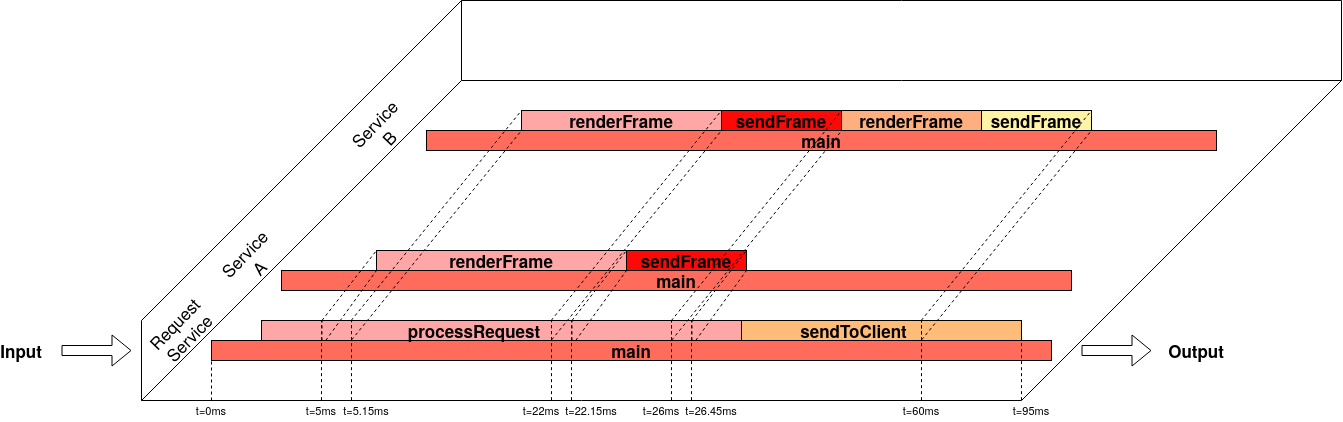
Before: img/Design/3D-Flammengraph-Konzept.png, a diagram exported from draw.io (Soockee/bachelor-thesis). Source tidied: cells renumbered, new cells last; positions are measured from the earlier drawing's top-left corner, leaving out a move shared by most shapes.
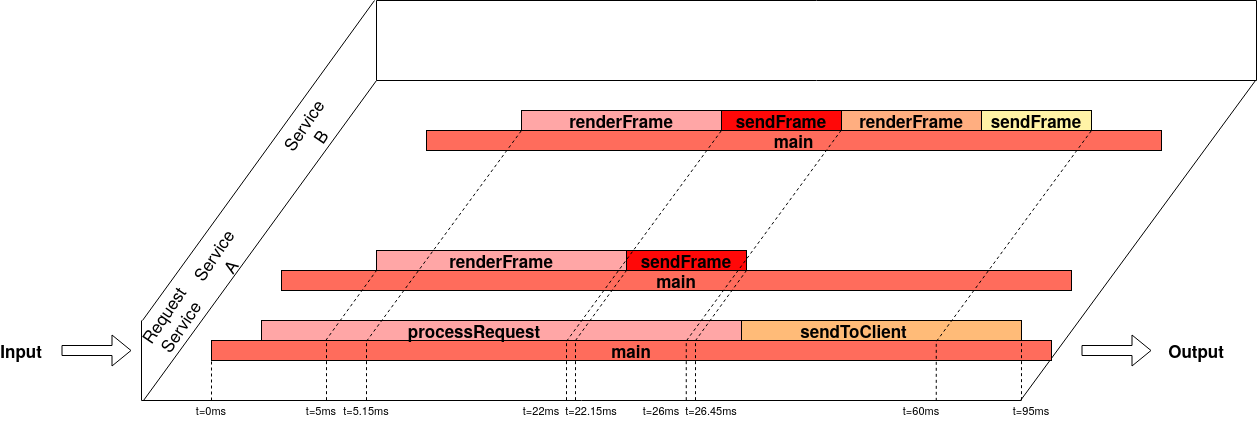
Above is the later version.

Diff of the diagram source:
```diff
@@ -7,8 +7,8 @@
     </mxCell>
     <mxCell id="3" style="endArrow=none;html=1;" parent="1" edge="1">
       <mxGeometry relative="1" as="geometry">
-        <mxPoint x="140" y="400" as="sourcePoint" />
-        <mxPoint x="460" y="80" as="targetPoint" />
+        <mxPoint x="142" y="400" as="sourcePoint" />
+        <mxPoint x="375" y="80" as="targetPoint" />
       </mxGeometry>
     </mxCell>
     <mxCell id="4" style="endArrow=none;html=1;" parent="1" edge="1">
@@ -25,54 +25,48 @@
     </mxCell>
     <mxCell id="6" style="endArrow=none;html=1;" parent="1" edge="1">
       <mxGeometry relative="1" as="geometry">
-        <mxPoint x="1340" y="80" as="sourcePoint" />
-        <mxPoint x="460" y="80" as="targetPoint" />
+        <mxPoint x="1255" y="80" as="sourcePoint" />
+        <mxPoint x="375" y="80" as="targetPoint" />
       </mxGeometry>
     </mxCell>
     <mxCell id="7" style="endArrow=none;html=1;" parent="1" edge="1">
       <mxGeometry relative="1" as="geometry">
-        <mxPoint x="1020" y="400" as="sourcePoint" />
-        <mxPoint x="1340" y="80" as="targetPoint" />
+        <mxPoint x="1019" y="400" as="sourcePoint" />
+        <mxPoint x="1254" y="80" as="targetPoint" />
       </mxGeometry>
     </mxCell>
     <mxCell id="8" style="endArrow=none;html=1;" parent="1" edge="1">
       <mxGeometry relative="1" as="geometry">
-        <mxPoint x="460" y="80" as="sourcePoint" />
-        <mxPoint x="460" as="targetPoint" />
+        <mxPoint x="375" y="80" as="sourcePoint" />
+        <mxPoint x="375" as="targetPoint" />
       </mxGeometry>
     </mxCell>
-    <mxCell id="9" style="endArrow=none;html=1;" parent="1" edge="1">
-      <mxGeometry relative="1" as="geometry">
-        <mxPoint x="140" y="320" as="sourcePoint" />
-        <mxPoint x="460" as="targetPoint" />
-      </mxGeometry>
-    </mxCell>
     <mxCell id="10" style="endArrow=none;html=1;" parent="1" edge="1">
       <mxGeometry relative="1" as="geometry">
-        <mxPoint x="1340" as="sourcePoint" />
-        <mxPoint x="460" as="targetPoint" />
+        <mxPoint x="1255" as="sourcePoint" />
+        <mxPoint x="375" as="targetPoint" />
       </mxGeometry>
     </mxCell>
     <mxCell id="11" style="endArrow=none;html=1;" parent="1" edge="1">
       <mxGeometry relative="1" as="geometry">
-        <mxPoint x="1340" y="80" as="sourcePoint" />
-        <mxPoint x="1340" as="targetPoint" />
+        <mxPoint x="1255" y="80" as="sourcePoint" />
+        <mxPoint x="1255" as="targetPoint" />
       </mxGeometry>
     </mxCell>
-    <mxCell id="12" value="Service A" style="text;html=1;strokeColor=none;fillColor=none;align=center;verticalAlign=middle;whiteSpace=wrap;rounded=0;rotation=314;fontSize=17;" parent="1" vertex="1">
-      <mxGeometry x="230" y="250" width="40" height="20" as="geometry" />
+    <mxCell id="12" value="Service A" style="text;html=1;strokeColor=none;fillColor=none;align=center;verticalAlign=middle;whiteSpace=wrap;rounded=0;rotation=304;fontSize=17;" parent="1" vertex="1">
+      <mxGeometry x="200" y="250" width="40" height="20" as="geometry" />
     </mxCell>
-    <mxCell id="13" value="Service B" style="text;html=1;strokeColor=none;fillColor=none;align=center;verticalAlign=middle;whiteSpace=wrap;rounded=0;rotation=314;fontSize=17;" parent="1" vertex="1">
-      <mxGeometry x="360" y="120" width="40" height="20" as="geometry" />
+    <mxCell id="13" value="Service B" style="text;html=1;strokeColor=none;fillColor=none;align=center;verticalAlign=middle;whiteSpace=wrap;rounded=0;rotation=304;fontSize=17;" parent="1" vertex="1">
+      <mxGeometry x="290" y="120" width="40" height="20" as="geometry" />
     </mxCell>
-    <mxCell id="14" value="&lt;b&gt;main&lt;/b&gt;" style="rounded=0;whiteSpace=wrap;html=1;fontSize=17;fillColor=#FF6C5C;" parent="1" vertex="1">
+    <mxCell id="14" value="&lt;b&gt;main&lt;/b&gt;" style="rounded=0;whiteSpace=wrap;html=1;fontSize=17;fillColor=#FF6C5C;fontStyle=4;" parent="1" vertex="1">
       <mxGeometry x="280" y="270" width="790" height="20" as="geometry" />
     </mxCell>
     <mxCell id="15" value="&lt;b&gt;sendFrame&lt;/b&gt;" style="rounded=0;whiteSpace=wrap;html=1;fillColor=#FF0808;fontSize=17;" parent="1" vertex="1">
       <mxGeometry x="625" y="250" width="120" height="20" as="geometry" />
     </mxCell>
-    <mxCell id="16" value="&lt;div&gt;Request&lt;/div&gt;&lt;div&gt;Service&lt;br&gt;&lt;/div&gt;" style="text;html=1;strokeColor=none;fillColor=none;align=center;verticalAlign=middle;whiteSpace=wrap;rounded=0;rotation=314;fontSize=17;" parent="1" vertex="1">
-      <mxGeometry x="160" y="320" width="40" height="20" as="geometry" />
+    <mxCell id="16" value="&lt;div&gt;Request&lt;/div&gt;&lt;div&gt;Service&lt;br&gt;&lt;/div&gt;" style="text;html=1;strokeColor=none;fillColor=none;align=center;verticalAlign=middle;whiteSpace=wrap;rounded=0;rotation=304;fontSize=17;" parent="1" vertex="1">
+      <mxGeometry x="150" y="310" width="40" height="20" as="geometry" />
     </mxCell>
     <mxCell id="17" value="&lt;b&gt;main&lt;/b&gt;" style="rounded=0;whiteSpace=wrap;html=1;fontSize=17;fillColor=#FF6C5C;" parent="1" vertex="1">
       <mxGeometry x="210" y="340" width="840" height="20" as="geometry" />
@@ -80,53 +74,11 @@
     <mxCell id="18" value="&lt;b&gt;processRequest&lt;/b&gt;" style="rounded=0;whiteSpace=wrap;html=1;fillColor=#FFA6A6;fontSize=17;spacingRight=54;" parent="1" vertex="1">
       <mxGeometry x="260" y="320" width="480" height="20" as="geometry" />
     </mxCell>
-    <mxCell id="19" style="endArrow=none;dashed=1;html=1;fontSize=17;exitX=0.126;exitY=0;exitDx=0;exitDy=0;exitPerimeter=0;entryX=0;entryY=0;entryDx=0;entryDy=0;" parent="1" edge="1" source="18" target="2">
-      <mxGeometry relative="1" as="geometry" />
-    </mxCell>
     <mxCell id="20" style="endArrow=none;dashed=1;html=1;fontSize=17;exitX=0.134;exitY=0.993;exitDx=0;exitDy=0;exitPerimeter=0;entryX=0;entryY=1;entryDx=0;entryDy=0;" parent="1" edge="1" source="18" target="2">
       <mxGeometry relative="1" as="geometry" />
     </mxCell>
-    <mxCell id="21" style="endArrow=none;dashed=1;html=1;fontSize=17;exitX=0.126;exitY=1;exitDx=0;exitDy=0;exitPerimeter=0;entryX=0.126;entryY=0.017;entryDx=0;entryDy=0;entryPerimeter=0;" parent="1" edge="1" source="18" target="18">
-      <mxGeometry relative="1" as="geometry" />
-    </mxCell>
-    <mxCell id="22" style="endArrow=none;dashed=1;html=1;fontSize=17;exitX=0.126;exitY=0;exitDx=0;exitDy=0;exitPerimeter=0;entryX=0;entryY=0;entryDx=0;entryDy=0;" parent="1" edge="1">
-      <mxGeometry relative="1" as="geometry">
-        <mxPoint x="570.5" y="320" as="sourcePoint" />
-        <mxPoint x="625" y="250" as="targetPoint" />
-      </mxGeometry>
-    </mxCell>
-    <mxCell id="23" style="endArrow=none;dashed=1;html=1;fontSize=17;exitX=0.134;exitY=0.993;exitDx=0;exitDy=0;exitPerimeter=0;entryX=0;entryY=1;entryDx=0;entryDy=0;" parent="1" edge="1">
-      <mxGeometry relative="1" as="geometry">
-        <mxPoint x="574.3" y="339.9" as="sourcePoint" />
-        <mxPoint x="625" y="270" as="targetPoint" />
-      </mxGeometry>
-    </mxCell>
-    <mxCell id="24" style="endArrow=none;dashed=1;html=1;fontSize=17;exitX=0.126;exitY=1;exitDx=0;exitDy=0;exitPerimeter=0;entryX=0.126;entryY=0.017;entryDx=0;entryDy=0;entryPerimeter=0;" parent="1" edge="1">
-      <mxGeometry relative="1" as="geometry">
-        <mxPoint x="570.5" y="340" as="sourcePoint" />
-        <mxPoint x="570.5" y="320.3" as="targetPoint" />
-      </mxGeometry>
-    </mxCell>
-    <mxCell id="25" style="endArrow=none;dashed=1;html=1;fontSize=17;exitX=0.126;exitY=0;exitDx=0;exitDy=0;exitPerimeter=0;entryX=0;entryY=0;entryDx=0;entryDy=0;" parent="1" edge="1">
-      <mxGeometry relative="1" as="geometry">
-        <mxPoint x="690.5" y="320" as="sourcePoint" />
-        <mxPoint x="745" y="250" as="targetPoint" />
-      </mxGeometry>
-    </mxCell>
-    <mxCell id="26" style="endArrow=none;dashed=1;html=1;fontSize=17;exitX=0.134;exitY=0.993;exitDx=0;exitDy=0;exitPerimeter=0;entryX=0;entryY=1;entryDx=0;entryDy=0;" parent="1" edge="1">
-      <mxGeometry relative="1" as="geometry">
-        <mxPoint x="694.3" y="339.9" as="sourcePoint" />
-        <mxPoint x="745" y="270" as="targetPoint" />
-      </mxGeometry>
-    </mxCell>
-    <mxCell id="27" style="endArrow=none;dashed=1;html=1;fontSize=17;exitX=0.126;exitY=1;exitDx=0;exitDy=0;exitPerimeter=0;entryX=0.126;entryY=0.017;entryDx=0;entryDy=0;entryPerimeter=0;" parent="1" edge="1">
-      <mxGeometry relative="1" as="geometry">
-        <mxPoint x="690.5" y="340" as="sourcePoint" />
-        <mxPoint x="690.5" y="320.3" as="targetPoint" />
-      </mxGeometry>
-    </mxCell>
     <mxCell id="28" value="&lt;b&gt;main&lt;/b&gt;" style="rounded=0;whiteSpace=wrap;html=1;fontSize=17;fillColor=#FF6C5C;" parent="1" vertex="1">
-      <mxGeometry x="425" y="130" width="790" height="20" as="geometry" />
+      <mxGeometry x="425" y="130" width="735" height="20" as="geometry" />
     </mxCell>
     <mxCell id="29" value="&lt;b&gt;sendFrame&lt;/b&gt;" style="rounded=0;whiteSpace=wrap;html=1;fillColor=#FF0808;fontSize=17;" parent="1" vertex="1">
       <mxGeometry x="720" y="110" width="120" height="20" as="geometry" />
@@ -143,118 +95,42 @@
     <mxCell id="33" value="&lt;b&gt;sendToClient&lt;/b&gt;" style="rounded=0;whiteSpace=wrap;html=1;fillColor=#FFBB78;fontSize=17;spacingRight=55;" parent="1" vertex="1">
       <mxGeometry x="740" y="320" width="280" height="20" as="geometry" />
     </mxCell>
-    <mxCell id="34" style="endArrow=none;dashed=1;html=1;fontSize=17;entryX=0;entryY=0;entryDx=0;entryDy=0;exitX=0.187;exitY=-0.005;exitDx=0;exitDy=0;exitPerimeter=0;" parent="1" edge="1" source="18">
-      <mxGeometry relative="1" as="geometry">
-        <mxPoint x="520" y="110" as="targetPoint" />
-      </mxGeometry>
-    </mxCell>
-    <mxCell id="35" style="endArrow=none;dashed=1;html=1;fontSize=17;exitX=0.188;exitY=0.963;exitDx=0;exitDy=0;exitPerimeter=0;entryX=0;entryY=1;entryDx=0;entryDy=0;" parent="1" edge="1" source="18">
-      <mxGeometry relative="1" as="geometry">
-        <mxPoint x="520" y="130" as="targetPoint" />
-      </mxGeometry>
-    </mxCell>
-    <mxCell id="36" style="endArrow=none;dashed=1;html=1;fontSize=17;exitX=0.126;exitY=1;exitDx=0;exitDy=0;exitPerimeter=0;entryX=0.126;entryY=0.017;entryDx=0;entryDy=0;entryPerimeter=0;" parent="1" edge="1">
-      <mxGeometry relative="1" as="geometry">
-        <mxPoint x="350" y="339.7" as="sourcePoint" />
-        <mxPoint x="350" y="320" as="targetPoint" />
-      </mxGeometry>
-    </mxCell>
-    <mxCell id="37" style="endArrow=none;dashed=1;html=1;fontSize=17;entryX=0;entryY=0;entryDx=0;entryDy=0;exitX=0.187;exitY=-0.005;exitDx=0;exitDy=0;exitPerimeter=0;" parent="1" edge="1">
-      <mxGeometry relative="1" as="geometry">
-        <mxPoint x="549.8" y="319.9" as="sourcePoint" />
-        <mxPoint x="720" y="110" as="targetPoint" />
-      </mxGeometry>
-    </mxCell>
-    <mxCell id="38" style="endArrow=none;dashed=1;html=1;fontSize=17;exitX=0.188;exitY=0.963;exitDx=0;exitDy=0;exitPerimeter=0;entryX=0;entryY=1;entryDx=0;entryDy=0;" parent="1" edge="1">
-      <mxGeometry relative="1" as="geometry">
-        <mxPoint x="550.2" y="339.3" as="sourcePoint" />
-        <mxPoint x="720" y="130" as="targetPoint" />
-      </mxGeometry>
-    </mxCell>
-    <mxCell id="39" style="endArrow=none;dashed=1;html=1;fontSize=17;exitX=0.126;exitY=1;exitDx=0;exitDy=0;exitPerimeter=0;entryX=0.126;entryY=0.017;entryDx=0;entryDy=0;entryPerimeter=0;" parent="1" edge="1">
-      <mxGeometry relative="1" as="geometry">
-        <mxPoint x="550" y="339.7" as="sourcePoint" />
-        <mxPoint x="550" y="320" as="targetPoint" />
-      </mxGeometry>
-    </mxCell>
-    <mxCell id="40" style="endArrow=none;dashed=1;html=1;fontSize=17;entryX=0;entryY=0;entryDx=0;entryDy=0;exitX=0.187;exitY=-0.005;exitDx=0;exitDy=0;exitPerimeter=0;" parent="1" edge="1">
-      <mxGeometry relative="1" as="geometry">
-        <mxPoint x="669.8" y="320.2" as="sourcePoint" />
-        <mxPoint x="840" y="110.3" as="targetPoint" />
-      </mxGeometry>
-    </mxCell>
-    <mxCell id="41" style="endArrow=none;dashed=1;html=1;fontSize=17;exitX=0.188;exitY=0.963;exitDx=0;exitDy=0;exitPerimeter=0;entryX=0;entryY=1;entryDx=0;entryDy=0;" parent="1" edge="1">
-      <mxGeometry relative="1" as="geometry">
-        <mxPoint x="670.2" y="339.6" as="sourcePoint" />
-        <mxPoint x="840" y="130.3" as="targetPoint" />
-      </mxGeometry>
-    </mxCell>
-    <mxCell id="42" style="endArrow=none;dashed=1;html=1;fontSize=17;exitX=0.126;exitY=1;exitDx=0;exitDy=0;exitPerimeter=0;entryX=0.126;entryY=0.017;entryDx=0;entryDy=0;entryPerimeter=0;" parent="1" edge="1">
-      <mxGeometry relative="1" as="geometry">
-        <mxPoint x="670" y="340" as="sourcePoint" />
-        <mxPoint x="670" y="320.3" as="targetPoint" />
-      </mxGeometry>
-    </mxCell>
-    <mxCell id="43" style="endArrow=none;dashed=1;html=1;fontSize=17;entryX=0;entryY=0;entryDx=0;entryDy=0;exitX=0.187;exitY=-0.005;exitDx=0;exitDy=0;exitPerimeter=0;" parent="1" edge="1">
-      <mxGeometry relative="1" as="geometry">
-        <mxPoint x="919.8" y="319.9" as="sourcePoint" />
-        <mxPoint x="1090" y="110" as="targetPoint" />
-      </mxGeometry>
-    </mxCell>
-    <mxCell id="44" style="endArrow=none;dashed=1;html=1;fontSize=17;exitX=0.188;exitY=0.963;exitDx=0;exitDy=0;exitPerimeter=0;entryX=0;entryY=1;entryDx=0;entryDy=0;" parent="1" edge="1">
-      <mxGeometry relative="1" as="geometry">
-        <mxPoint x="920.2" y="339.3" as="sourcePoint" />
-        <mxPoint x="1090" y="130" as="targetPoint" />
-      </mxGeometry>
-    </mxCell>
-    <mxCell id="45" style="endArrow=none;dashed=1;html=1;fontSize=17;exitX=0.126;exitY=1;exitDx=0;exitDy=0;exitPerimeter=0;entryX=0.126;entryY=0.017;entryDx=0;entryDy=0;entryPerimeter=0;" parent="1" edge="1">
-      <mxGeometry relative="1" as="geometry">
-        <mxPoint x="920" y="340" as="sourcePoint" />
-        <mxPoint x="920" y="320.3" as="targetPoint" />
-      </mxGeometry>
-    </mxCell>
     <mxCell id="46" style="endArrow=none;dashed=1;html=1;fontSize=17;exitX=0.126;exitY=1;exitDx=0;exitDy=0;exitPerimeter=0;" parent="1" edge="1">
       <mxGeometry relative="1" as="geometry">
-        <mxPoint x="320" y="399.7" as="sourcePoint" />
-        <mxPoint x="320" y="320" as="targetPoint" />
+        <mxPoint x="325" y="399.7" as="sourcePoint" />
+        <mxPoint x="325" y="340" as="targetPoint" />
       </mxGeometry>
     </mxCell>
     <mxCell id="47" style="endArrow=none;dashed=1;html=1;fontSize=17;exitX=0.126;exitY=1;exitDx=0;exitDy=0;exitPerimeter=0;" parent="1" edge="1">
       <mxGeometry relative="1" as="geometry">
-        <mxPoint x="350" y="399.7" as="sourcePoint" />
-        <mxPoint x="350" y="320" as="targetPoint" />
+        <mxPoint x="365" y="399.7" as="sourcePoint" />
+        <mxPoint x="365" y="340" as="targetPoint" />
       </mxGeometry>
     </mxCell>
     <mxCell id="48" style="endArrow=none;dashed=1;html=1;fontSize=17;exitX=0.126;exitY=1;exitDx=0;exitDy=0;exitPerimeter=0;" parent="1" edge="1">
       <mxGeometry relative="1" as="geometry">
-        <mxPoint x="550" y="399.7" as="sourcePoint" />
-        <mxPoint x="550" y="320" as="targetPoint" />
+        <mxPoint x="565" y="399.7" as="sourcePoint" />
+        <mxPoint x="565" y="340" as="targetPoint" />
       </mxGeometry>
     </mxCell>
     <mxCell id="49" style="endArrow=none;dashed=1;html=1;fontSize=17;exitX=0.126;exitY=1;exitDx=0;exitDy=0;exitPerimeter=0;" parent="1" edge="1">
       <mxGeometry relative="1" as="geometry">
-        <mxPoint x="570" y="399.7" as="sourcePoint" />
-        <mxPoint x="570" y="320" as="targetPoint" />
+        <mxPoint x="574" y="399.7" as="sourcePoint" />
+        <mxPoint x="574" y="340" as="targetPoint" />
       </mxGeometry>
     </mxCell>
     <mxCell id="50" style="endArrow=none;dashed=1;html=1;fontSize=17;exitX=0.126;exitY=1;exitDx=0;exitDy=0;exitPerimeter=0;" parent="1" edge="1">
       <mxGeometry relative="1" as="geometry">
-        <mxPoint x="670" y="399.7" as="sourcePoint" />
-        <mxPoint x="670" y="320" as="targetPoint" />
+        <mxPoint x="684.8" y="399.7" as="sourcePoint" />
+        <mxPoint x="684.8" y="340" as="targetPoint" />
       </mxGeometry>
     </mxCell>
     <mxCell id="51" style="endArrow=none;dashed=1;html=1;fontSize=17;exitX=0.126;exitY=1;exitDx=0;exitDy=0;exitPerimeter=0;" parent="1" edge="1">
       <mxGeometry relative="1" as="geometry">
-        <mxPoint x="690" y="399.7" as="sourcePoint" />
-        <mxPoint x="690" y="320" as="targetPoint" />
+        <mxPoint x="694" y="399.7" as="sourcePoint" />
+        <mxPoint x="694" y="340" as="targetPoint" />
       </mxGeometry>
     </mxCell>
-    <mxCell id="52" style="endArrow=none;dashed=1;html=1;fontSize=17;exitX=0.126;exitY=1;exitDx=0;exitDy=0;exitPerimeter=0;" parent="1" edge="1">
-      <mxGeometry relative="1" as="geometry">
-        <mxPoint x="920" y="399.7" as="sourcePoint" />
-        <mxPoint x="920" y="320" as="targetPoint" />
-      </mxGeometry>
-    </mxCell>
     <mxCell id="53" style="shape=flexArrow;endArrow=classic;html=1;fontSize=17;" parent="1" edge="1">
       <mxGeometry relative="1" as="geometry">
         <mxPoint x="60" y="350" as="sourcePoint" />
@@ -312,5 +188,51 @@
     <mxCell id="67" value="t=60ms" style="text;html=1;strokeColor=none;fillColor=none;align=center;verticalAlign=middle;whiteSpace=wrap;rounded=0;fontSize=11;" parent="1" vertex="1">
       <mxGeometry x="900" y="400" width="40" height="20" as="geometry" />
     </mxCell>
+    <mxCell id="68" style="endArrow=none;dashed=1;html=1;fontSize=17;exitX=0.219;exitY=1.033;exitDx=0;exitDy=0;exitPerimeter=0;entryX=0;entryY=1;entryDx=0;entryDy=0;" parent="1" edge="1" source="18">
+      <mxGeometry relative="1" as="geometry">
+        <mxPoint x="520" y="130" as="targetPoint" />
+      </mxGeometry>
+    </mxCell>
+    <mxCell id="69" style="endArrow=none;html=1;" parent="1" edge="1">
+      <mxGeometry relative="1" as="geometry">
+        <mxPoint x="141" y="320" as="sourcePoint" />
+        <mxPoint x="373" as="targetPoint" />
+      </mxGeometry>
+    </mxCell>
+    <mxCell id="70" style="endArrow=none;dashed=1;html=1;fontSize=17;exitX=0.219;exitY=1.033;exitDx=0;exitDy=0;exitPerimeter=0;entryX=0;entryY=1;entryDx=0;entryDy=0;" parent="1" edge="1">
+      <mxGeometry relative="1" as="geometry">
+        <mxPoint x="565.1" y="340.7" as="sourcePoint" />
+        <mxPoint x="720" y="130" as="targetPoint" />
+      </mxGeometry>
+    </mxCell>
+    <mxCell id="71" style="endArrow=none;dashed=1;html=1;fontSize=17;entryX=0;entryY=1;entryDx=0;entryDy=0;" parent="1" edge="1">
+      <mxGeometry relative="1" as="geometry">
+        <mxPoint x="574" y="340" as="sourcePoint" />
+        <mxPoint x="625" y="270" as="targetPoint" />
+      </mxGeometry>
+    </mxCell>
+    <mxCell id="72" style="endArrow=none;dashed=1;html=1;fontSize=17;exitX=0.219;exitY=1.033;exitDx=0;exitDy=0;exitPerimeter=0;entryX=0;entryY=1;entryDx=0;entryDy=0;" parent="1" edge="1">
+      <mxGeometry relative="1" as="geometry">
+        <mxPoint x="685.1" y="340" as="sourcePoint" />
+        <mxPoint x="840" y="129.3" as="targetPoint" />
+      </mxGeometry>
+    </mxCell>
+    <mxCell id="73" style="endArrow=none;dashed=1;html=1;fontSize=17;exitX=0.904;exitY=1.01;exitDx=0;exitDy=0;exitPerimeter=0;entryX=0;entryY=1;entryDx=0;entryDy=0;" parent="1" edge="1" source="18">
+      <mxGeometry relative="1" as="geometry">
+        <mxPoint x="745" y="270" as="targetPoint" />
+      </mxGeometry>
+    </mxCell>
+    <mxCell id="74" style="endArrow=none;dashed=1;html=1;fontSize=17;exitX=0.126;exitY=1;exitDx=0;exitDy=0;exitPerimeter=0;" parent="1" edge="1">
+      <mxGeometry relative="1" as="geometry">
+        <mxPoint x="934.8" y="400.3" as="sourcePoint" />
+        <mxPoint x="934.8" y="340.7" as="targetPoint" />
+      </mxGeometry>
+    </mxCell>
+    <mxCell id="75" style="endArrow=none;dashed=1;html=1;fontSize=17;exitX=0.219;exitY=1.033;exitDx=0;exitDy=0;exitPerimeter=0;entryX=0;entryY=1;entryDx=0;entryDy=0;" parent="1" edge="1">
+      <mxGeometry relative="1" as="geometry">
+        <mxPoint x="935.1" y="340.7" as="sourcePoint" />
+        <mxPoint x="1090" y="130" as="targetPoint" />
+      </mxGeometry>
+    </mxCell>
   </root>
 </mxGraphModel>
```
